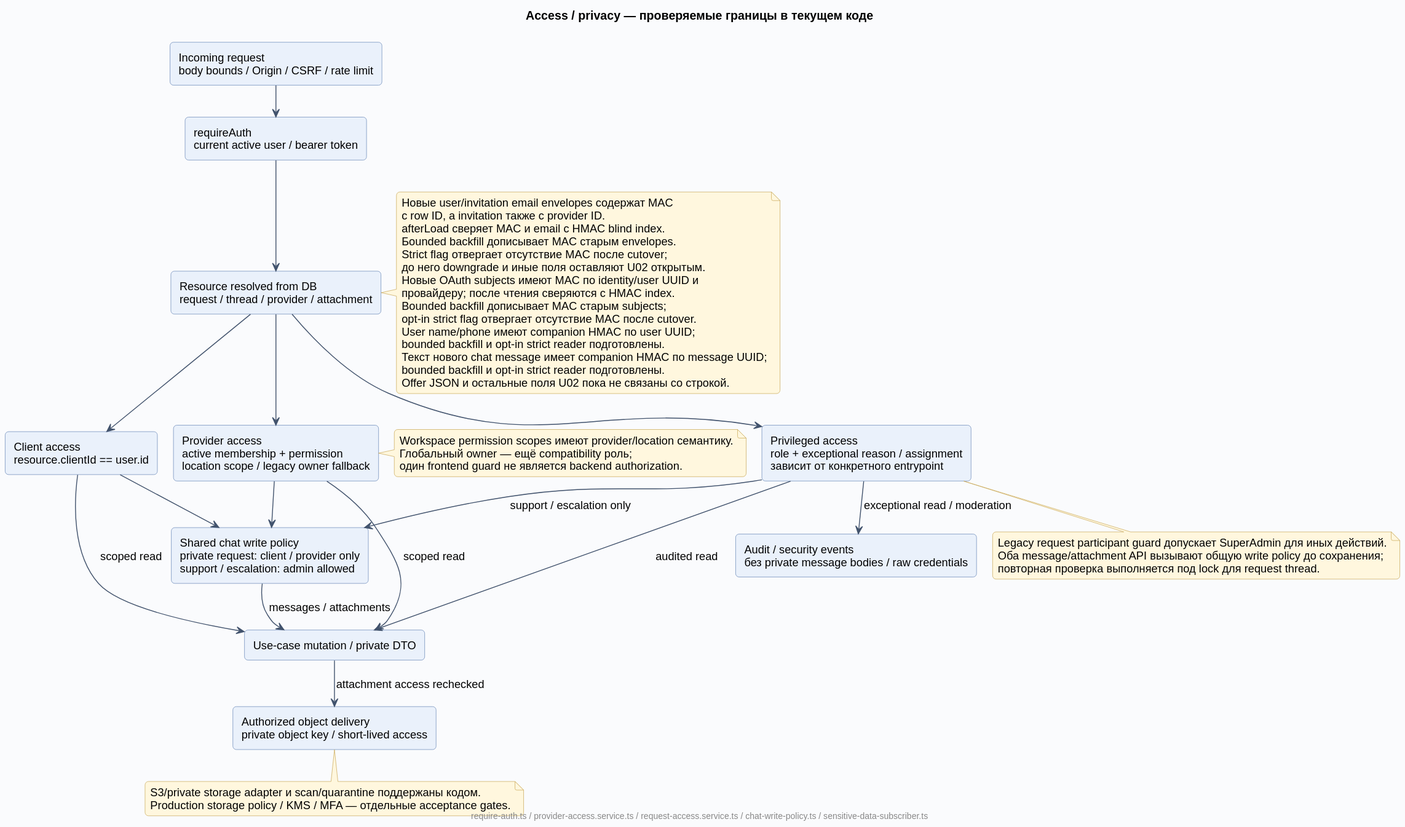
Above: docs/diagrams/rendered/09-access-privacy.svg in Dima163163/auto-care-hub (PlantUML), before the change.
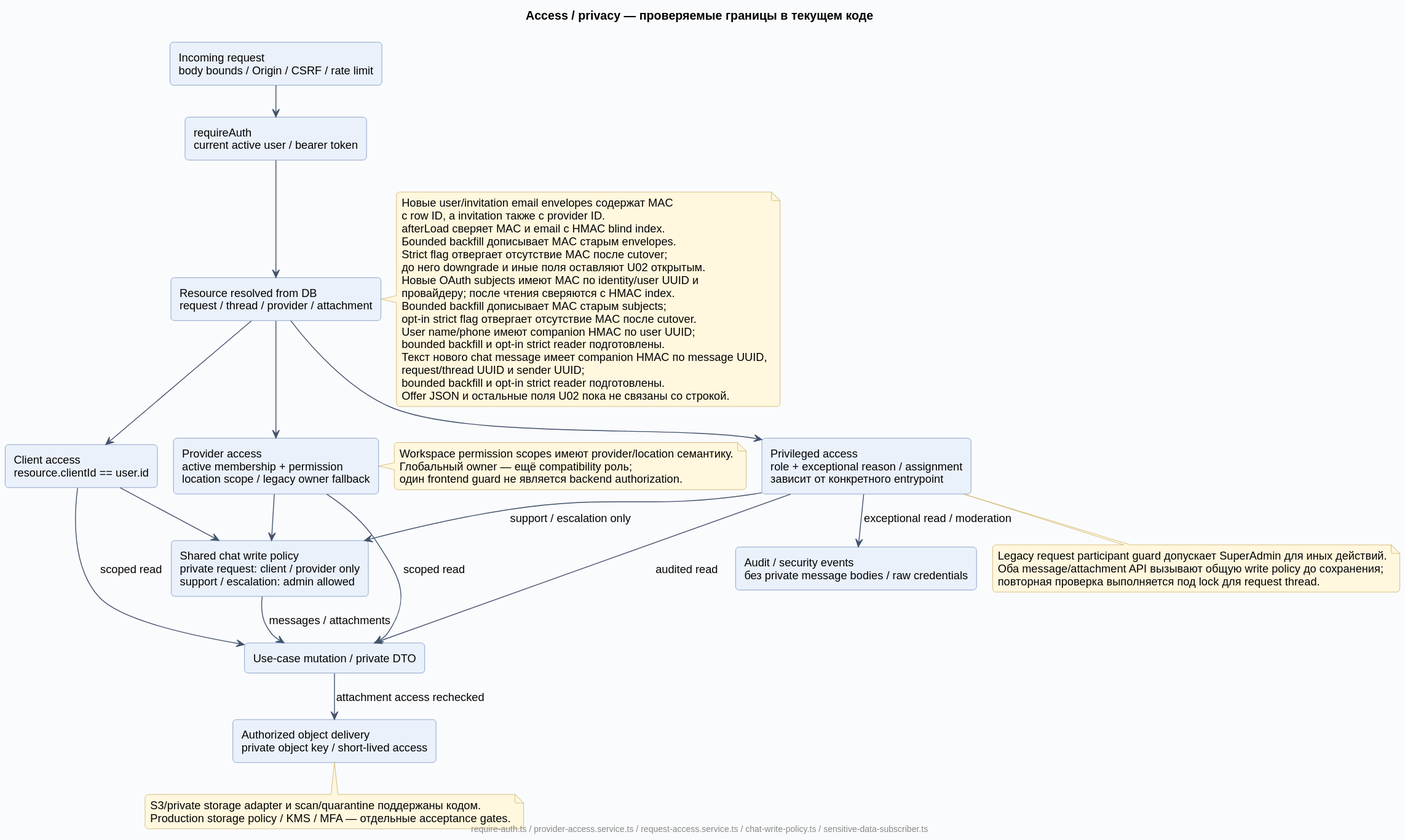
After the commit.

Change to the diagram source:
```diff
@@ -44,7 +44,8 @@
   opt-in strict flag отвергает отсутствие MAC после cutover.
   User name/phone имеют companion HMAC по user UUID;
   bounded backfill и opt-in strict reader подготовлены.
-  Текст нового chat message имеет companion HMAC по message UUID;
+  Текст нового chat message имеет companion HMAC по message UUID,
+  request/thread UUID и sender UUID;
   bounded backfill и opt-in strict reader подготовлены.
   Offer JSON и остальные поля U02 пока не связаны со строкой.
 end note
```
